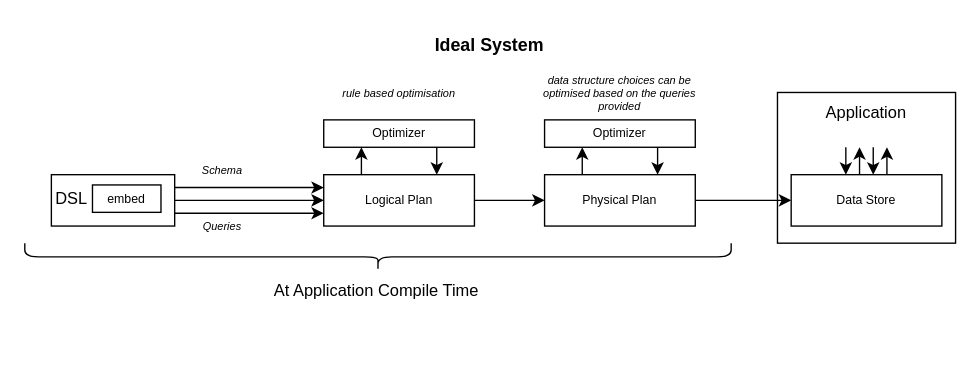
Before: report/introduction/images/ideal_system.drawio in OliverKillane/emDB, a draw.io diagram. Source tidied: cells renumbered, new cells numbered last; positions are measured from the earlier drawing's top-left corner, leaving out a move shared by most shapes. Both pictures are drawn from the tidied source at 137%, with x=0, y=0 at pixel (23, -97).
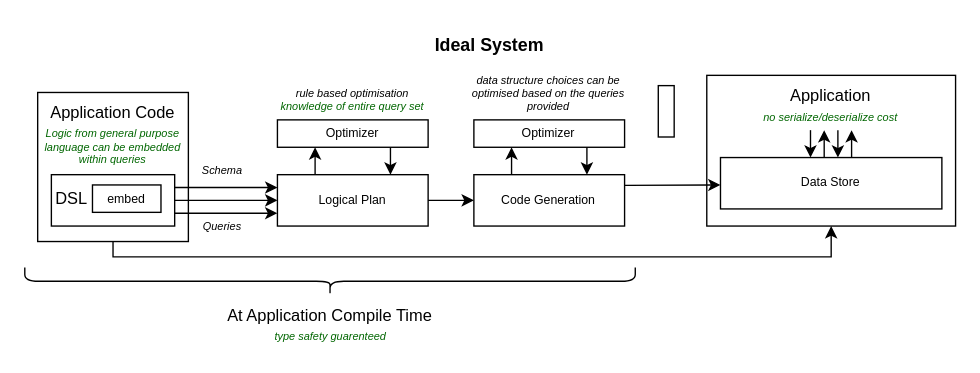
The same diagram, later.

Change to the diagram source:
```diff
@@
+    <mxCell id="32" style="edgeStyle=orthogonalEdgeStyle;html=1;exitX=0.5;exitY=1;exitDx=0;exitDy=0;entryX=0.5;entryY=1;entryDx=0;entryDy=0;fontSize=8;fontColor=#006600;rounded=0;strokeColor=#000000;" parent="1" edge="1" source="33" target="2">
+      <mxGeometry relative="1" as="geometry">
+        <Array as="points">
+          <mxPoint x="65" y="258" />
+          <mxPoint x="589" y="258" />
+          <mxPoint x="589" y="236" />
+        </Array>
+      </mxGeometry>
+    </mxCell>
+    <mxCell id="33" style="rounded=0;whiteSpace=wrap;html=1;align=left;fillColor=none;fontColor=#ffffff;strokeColor=#000000;" parent="1" vertex="1">
+      <mxGeometry x="10" y="138" width="110" height="108.8" as="geometry" />
+    </mxCell>
     <mxCell id="2" style="rounded=0;whiteSpace=wrap;html=1;fillColor=none;fontColor=#000000;strokeColor=#000000;fontSize=9;" parent="1" vertex="1">
-      <mxGeometry x="550" y="138" width="130" height="110" as="geometry" />
+      <mxGeometry x="498.4" y="125.5" width="181.6" height="110" as="geometry" />
     </mxCell>
@@
     <mxCell id="11" value="Logical Plan" style="rounded=0;whiteSpace=wrap;html=1;strokeColor=#000000;fontSize=9;fillColor=none;fontColor=#000000;" parent="1" vertex="1">
-      <mxGeometry x="218.8" y="198" width="110" height="37.5" as="geometry" />
+      <mxGeometry x="185" y="198" width="110" height="37.5" as="geometry" />
     </mxCell>
     <mxCell id="12" value="Data Store" style="rounded=0;whiteSpace=wrap;html=1;fillColor=none;fontColor=#000000;strokeColor=#000000;fontSize=9;" parent="1" vertex="1">
-      <mxGeometry x="560" y="198" width="110" height="37.5" as="geometry" />
+      <mxGeometry x="508.4" y="185.5" width="161.6" height="37.5" as="geometry" />
     </mxCell>
-    <mxCell id="13" style="edgeStyle=none;html=1;exitX=1;exitY=0.5;exitDx=0;exitDy=0;entryX=0;entryY=0.5;entryDx=0;entryDy=0;strokeColor=#000000;fontSize=9;" parent="1" edge="1" source="15" target="12">
-      <mxGeometry relative="1" as="geometry" />
+    <mxCell id="13" style="edgeStyle=none;html=1;strokeColor=#000000;fontSize=9;" parent="1" edge="1">
+      <mxGeometry relative="1" as="geometry">
+        <mxPoint x="438.4" y="205.8" as="sourcePoint" />
+        <mxPoint x="508.4" y="205.5" as="targetPoint" />
+      </mxGeometry>
     </mxCell>
@@
-    <mxCell id="15" value="Physical Plan" style="rounded=0;whiteSpace=wrap;html=1;strokeColor=#000000;fontSize=9;fillColor=none;fontColor=#000000;" parent="1" vertex="1">
-      <mxGeometry x="380" y="198" width="110" height="37.5" as="geometry" />
+    <mxCell id="15" value="Code Generation" style="rounded=0;whiteSpace=wrap;html=1;strokeColor=#000000;fontSize=9;fillColor=none;fontColor=#000000;" parent="1" vertex="1">
+      <mxGeometry x="328.4" y="198" width="110" height="37.5" as="geometry" />
     </mxCell>
     <mxCell id="16" value="Application" style="text;html=1;strokeColor=none;fillColor=none;align=center;verticalAlign=middle;whiteSpace=wrap;rounded=0;fontColor=#000000;" parent="1" vertex="1">
-      <mxGeometry x="595" y="138" width="40" height="30" as="geometry" />
+      <mxGeometry x="569.2" y="125.5" width="40" height="30" as="geometry" />
     </mxCell>
@@
     <mxCell id="18" value="Optimizer" style="rounded=0;whiteSpace=wrap;html=1;strokeColor=#000000;fontSize=9;fillColor=none;fontColor=#000000;" parent="1" vertex="1">
-      <mxGeometry x="218.8" y="158" width="110" height="20" as="geometry" />
+      <mxGeometry x="185" y="158" width="110" height="20" as="geometry" />
     </mxCell>
@@
     <mxCell id="20" value="Optimizer" style="rounded=0;whiteSpace=wrap;html=1;strokeColor=#000000;fontSize=9;fillColor=none;fontColor=#000000;" parent="1" vertex="1">
-      <mxGeometry x="380" y="158" width="110" height="20" as="geometry" />
+      <mxGeometry x="328.4" y="158" width="110" height="20" as="geometry" />
     </mxCell>
     <mxCell id="21" style="shape=curlyBracket;whiteSpace=wrap;html=1;rounded=1;flipH=1;labelPosition=right;verticalLabelPosition=middle;align=left;verticalAlign=middle;strokeColor=#000000;rotation=90;" parent="1" vertex="1">
-      <mxGeometry x="248.4" y="0.2" width="20" height="515.6" as="geometry" />
+      <mxGeometry x="213.4" y="53" width="20" height="445.6" as="geometry" />
     </mxCell>
     <mxCell id="22" value="At Application Compile Time" style="text;html=1;strokeColor=none;fillColor=none;align=center;verticalAlign=middle;whiteSpace=wrap;rounded=0;fontColor=#000000;" parent="1" vertex="1">
-      <mxGeometry x="181.2" y="268" width="152.5" height="30" as="geometry" />
+      <mxGeometry x="147.2" y="285.8" width="152.5" height="30" as="geometry" />
     </mxCell>
@@
     <mxCell id="25" value="rule based optimisation" style="text;html=1;strokeColor=none;fillColor=none;align=center;verticalAlign=middle;whiteSpace=wrap;rounded=0;fontSize=8;fontStyle=2;fontColor=#000000;" parent="1" vertex="1">
-      <mxGeometry x="213.8" y="128" width="120" height="21.2" as="geometry" />
+      <mxGeometry x="180" y="128" width="120" height="21.2" as="geometry" />
     </mxCell>
     <mxCell id="26" value="data structure choices can be optimised based on the queries provided" style="text;html=1;strokeColor=none;fillColor=none;align=center;verticalAlign=middle;whiteSpace=wrap;rounded=0;fontSize=8;fontStyle=2;fontColor=#000000;" parent="1" vertex="1">
-      <mxGeometry x="375" y="128" width="120" height="21.2" as="geometry" />
+      <mxGeometry x="323.4" y="128" width="120" height="21.2" as="geometry" />
     </mxCell>
@@
     <mxCell id="28" style="endArrow=classic;html=1;strokeColor=#000000;" parent="1" edge="1">
       <mxGeometry relative="1" as="geometry">
-        <mxPoint x="599.9" y="178" as="sourcePoint" />
-        <mxPoint x="599.9" y="198" as="targetPoint" />
+        <mxPoint x="574.1" y="165.5" as="sourcePoint" />
+        <mxPoint x="574.1" y="185.5" as="targetPoint" />
       </mxGeometry>
     </mxCell>
     <mxCell id="29" style="endArrow=classic;html=1;strokeColor=#000000;" parent="1" edge="1">
       <mxGeometry relative="1" as="geometry">
-        <mxPoint x="609.9" y="198" as="sourcePoint" />
-        <mxPoint x="609.9" y="178" as="targetPoint" />
+        <mxPoint x="584.1" y="185.5" as="sourcePoint" />
+        <mxPoint x="584.1" y="165.5" as="targetPoint" />
       </mxGeometry>
     </mxCell>
     <mxCell id="30" style="endArrow=classic;html=1;strokeColor=#000000;" parent="1" edge="1">
       <mxGeometry relative="1" as="geometry">
-        <mxPoint x="619.9" y="178" as="sourcePoint" />
-        <mxPoint x="619.9" y="198" as="targetPoint" />
+        <mxPoint x="594.1" y="165.5" as="sourcePoint" />
+        <mxPoint x="594.1" y="185.5" as="targetPoint" />
       </mxGeometry>
     </mxCell>
     <mxCell id="31" style="endArrow=classic;html=1;strokeColor=#000000;" parent="1" edge="1">
       <mxGeometry relative="1" as="geometry">
-        <mxPoint x="629.9" y="198" as="sourcePoint" />
-        <mxPoint x="629.9" y="178" as="targetPoint" />
+        <mxPoint x="604.1" y="185.5" as="sourcePoint" />
+        <mxPoint x="604.1" y="165.5" as="targetPoint" />
       </mxGeometry>
     </mxCell>
+    <mxCell id="34" value="no serialize/deserialize cost" style="text;html=1;strokeColor=none;fillColor=none;align=center;verticalAlign=middle;whiteSpace=wrap;rounded=0;fontColor=#006600;fontSize=8;fontStyle=2;" parent="1" vertex="1">
+      <mxGeometry x="524.2" y="140.5" width="130" height="30" as="geometry" />
+    </mxCell>
+    <mxCell id="35" value="type safety guarenteed" style="text;html=1;strokeColor=none;fillColor=none;align=center;verticalAlign=middle;whiteSpace=wrap;rounded=0;fontColor=#006600;fontSize=8;fontStyle=2;" parent="1" vertex="1">
+      <mxGeometry x="159.4" y="305.8" width="130" height="20" as="geometry" />
+    </mxCell>
+    <mxCell id="36" value="Logic from general purpose language can be embedded within queries" style="text;html=1;strokeColor=none;fillColor=none;align=center;verticalAlign=middle;whiteSpace=wrap;rounded=0;fontColor=#006600;fontSize=8;fontStyle=2;" parent="1" vertex="1">
+      <mxGeometry x="11.9" y="168" width="106.2" height="20" as="geometry" />
+    </mxCell>
+    <mxCell id="37" value="knowledge of entire query set" style="text;html=1;strokeColor=none;fillColor=none;align=center;verticalAlign=middle;whiteSpace=wrap;rounded=0;fontColor=#006600;fontSize=8;fontStyle=2;" parent="1" vertex="1">
+      <mxGeometry x="185" y="138" width="110" height="20" as="geometry" />
+    </mxCell>
+    <mxCell id="38" value="Application Code" style="text;html=1;strokeColor=none;fillColor=none;align=center;verticalAlign=middle;whiteSpace=wrap;rounded=0;fontColor=#000000;" parent="1" vertex="1">
+      <mxGeometry x="10" y="138" width="110" height="30" as="geometry" />
+    </mxCell>
+    <mxCell id="39" style="rounded=0;whiteSpace=wrap;html=1;fillColor=none;fontColor=#000000;strokeColor=#000000;fontSize=9;" parent="1" vertex="1">
+      <mxGeometry x="463" y="133" width="11.6" height="37.5" as="geometry" />
+    </mxCell>
```
